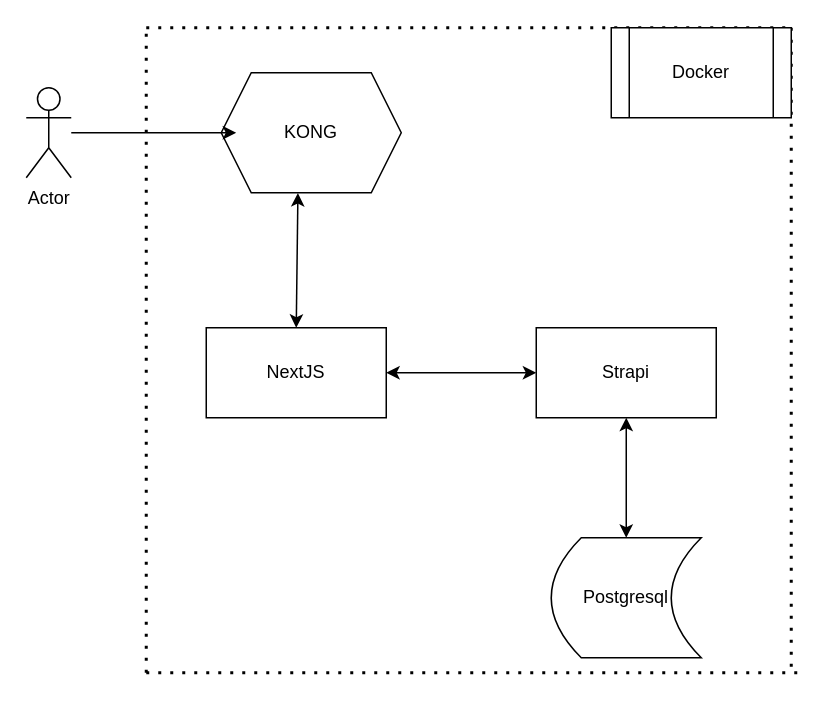
Earlier version of the draw.io diagram cms.drawio (pyunqi/drawGram). Source tidied: cells renumbered, new cells numbered last; positions are measured from the earlier drawing's top-left corner, leaving out a move shared by most shapes. Both pictures are drawn from the tidied source at 150%, with x=0, y=0 at pixel (26, 27).
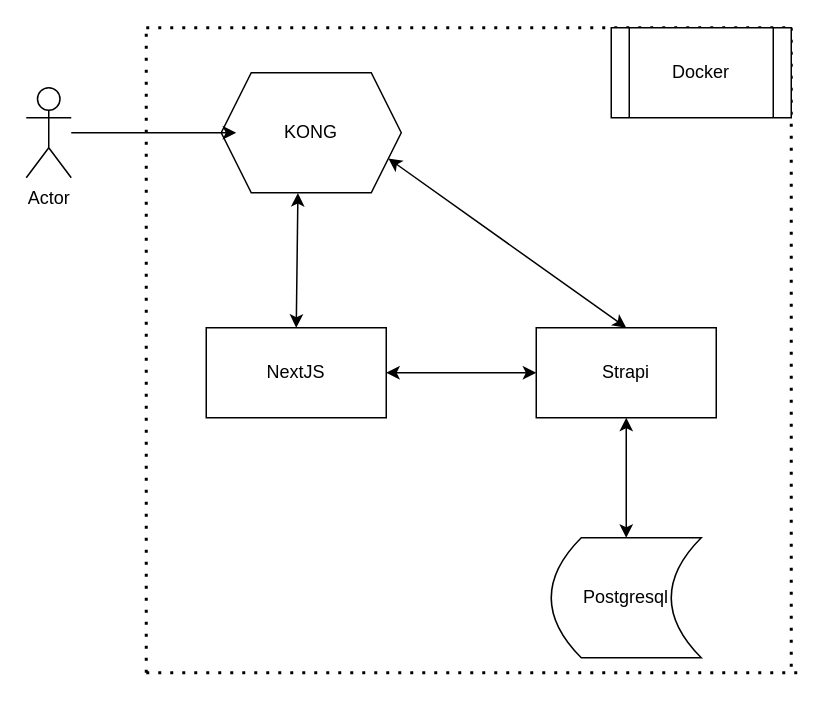
After the change.

Unchanged cells that the change refers to:
```xml
<mxCell id="3" value="KONG" style="shape=hexagon;perimeter=hexagonPerimeter2;whiteSpace=wrap;html=1;fixedSize=1;" parent="1" vertex="1">
  <mxGeometry x="130" y="30" width="120" height="80" as="geometry" />
</mxCell>
<mxCell id="7" value="Strapi" style="rounded=0;whiteSpace=wrap;html=1;" parent="1" vertex="1">
  <mxGeometry x="340" y="200" width="120" height="60" as="geometry" />
</mxCell>
```

Diff of the diagram source:
```diff
@@
+    <mxCell id="16" style="endArrow=classic;startArrow=classic;html=1;rounded=0;entryX=0.5;entryY=0;entryDx=0;entryDy=0;exitX=1;exitY=0.75;exitDx=0;exitDy=0;" parent="1" edge="1" source="3" target="7">
+      <mxGeometry relative="1" as="geometry" />
+    </mxCell>
```
